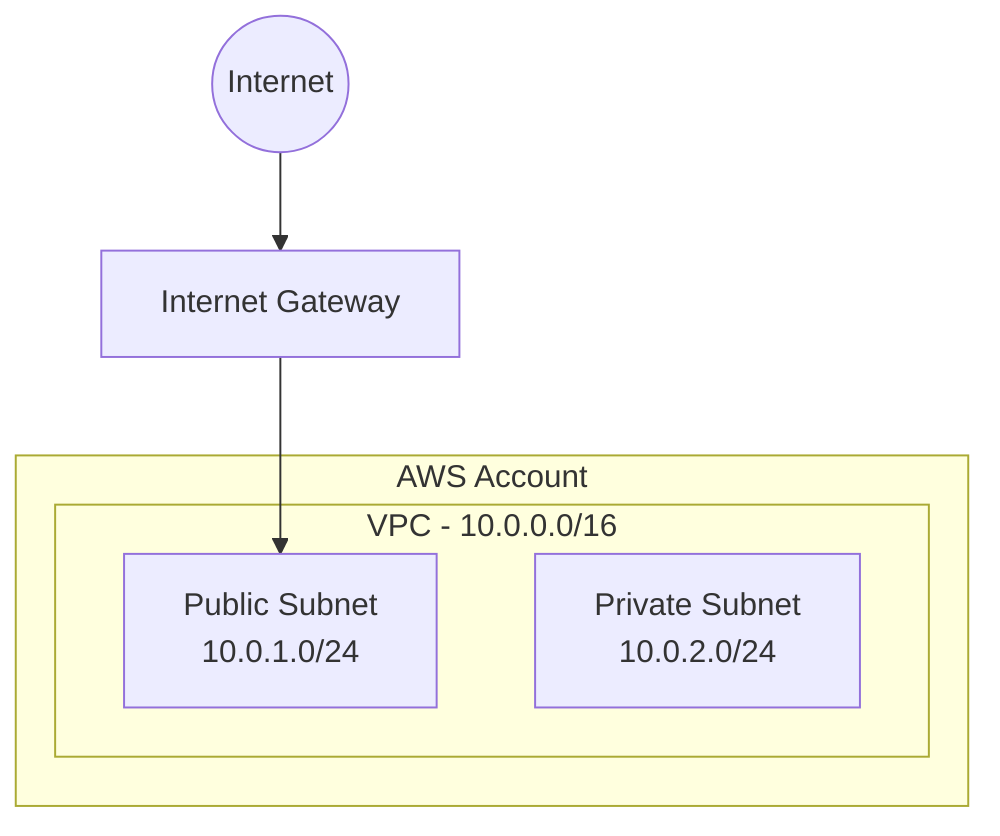
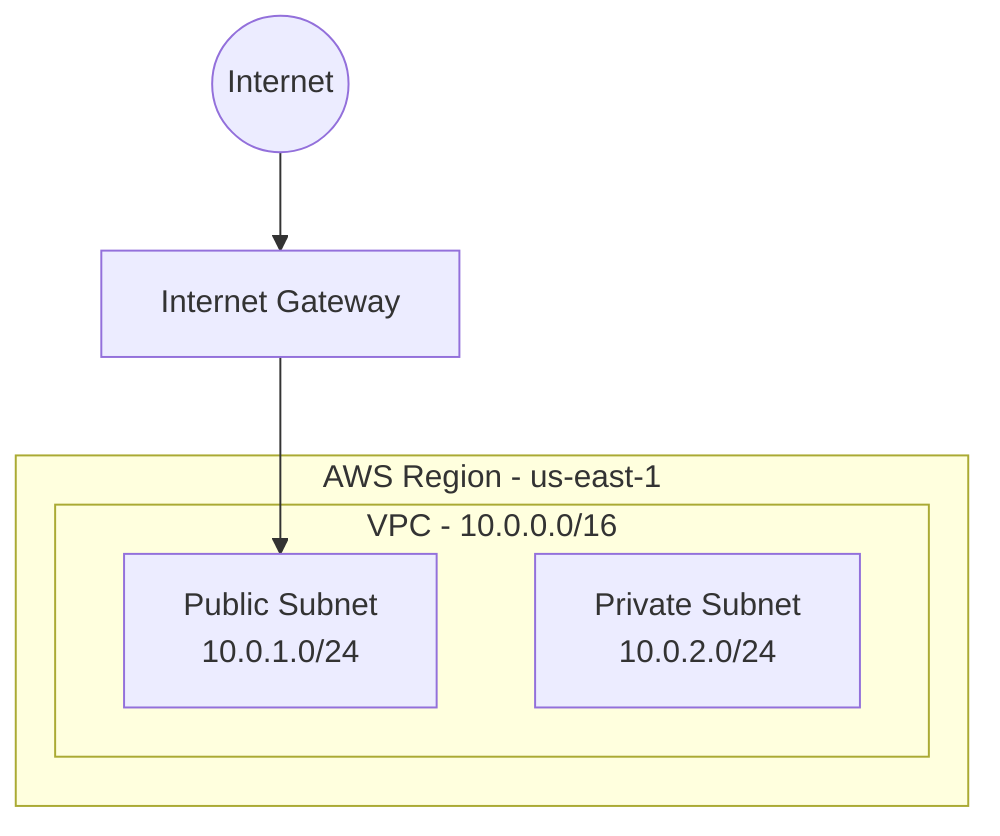
graph TD

%% ==========
%% External
%% ==========

Internet((Internet))

%% ==========
%% Edge
%% ==========

IGW[Internet Gateway]

%% ==========
- %% AWS Account
+ %% AWS Region - us-east-1
%% ==========

- subgraph AWS["AWS Account"]
+ subgraph AWS["AWS Region - us-east-1"]

    subgraph VPC["VPC - 10.0.0.0/16"]

        Public["Public Subnet<br/>10.0.1.0/24"]
        Private["Private Subnet<br/>10.0.2.0/24"]

    end

end

%% ==========
%% Connectivity
%% ==========

Internet --> IGW
IGW --> Public